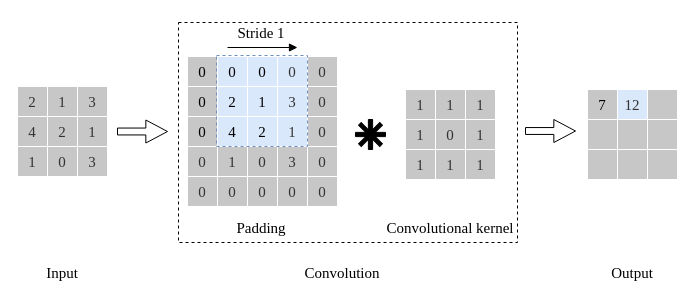
The draw.io diagram machine-learning/convolution.drawio in zhaicao/images, before the edit. Source tidied: cells renumbered, new cells numbered last; positions are measured from the earlier drawing's top-left corner, leaving out a move shared by most shapes. Both pictures are drawn from the tidied source at 100%, with x=0, y=0 at pixel (17, 17).
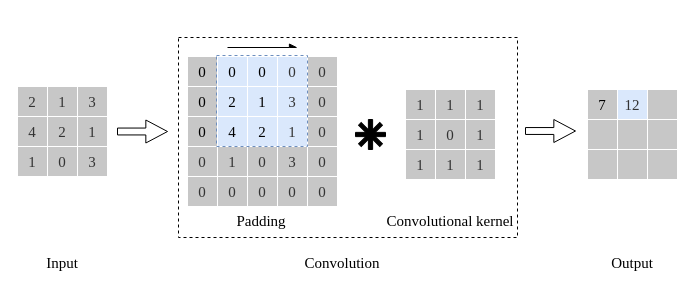
The same diagram, later.

What changed in the source:
```diff
@@
     <mxCell id="2" style="rounded=0;whiteSpace=wrap;html=1;dashed=1;fillColor=none;fontSize=15;fontFamily=Times New Roman;" parent="1" vertex="1">
-      <mxGeometry x="161" y="5" width="339" height="220" as="geometry" />
+      <mxGeometry x="161" y="20" width="339" height="200" as="geometry" />
     </mxCell>
@@
-    <mxCell id="60" style="endArrow=block;html=1;rounded=0;endFill=1;fontSize=15;fontFamily=Times New Roman;" parent="1" edge="1">
+    <mxCell id="60" style="endArrow=async;html=1;rounded=0;endFill=1;fontSize=15;fontFamily=Times New Roman;" parent="1" edge="1">
       <mxGeometry relative="1" as="geometry">
         <mxPoint x="210" y="30" as="sourcePoint" />
         <mxPoint x="280" y="30" as="targetPoint" />
       </mxGeometry>
     </mxCell>
-    <mxCell id="61" value="Stride 1" style="text;html=1;align=center;verticalAlign=middle;whiteSpace=wrap;rounded=0;fontSize=15;fontFamily=Times New Roman;" parent="1" vertex="1">
-      <mxGeometry x="214" width="60" height="30" as="geometry" />
-    </mxCell>
@@
     <mxCell id="63" value="Input" style="text;html=1;align=center;verticalAlign=middle;whiteSpace=wrap;rounded=0;fontSize=15;fontFamily=Times New Roman;" parent="1" vertex="1">
-      <mxGeometry x="15" y="240" width="60" height="30" as="geometry" />
+      <mxGeometry x="15" y="230" width="60" height="30" as="geometry" />
     </mxCell>
     <mxCell id="64" value="Output" style="text;html=1;align=center;verticalAlign=middle;whiteSpace=wrap;rounded=0;fontSize=15;fontFamily=Times New Roman;" parent="1" vertex="1">
-      <mxGeometry x="585" y="240" width="60" height="30" as="geometry" />
+      <mxGeometry x="585" y="230" width="60" height="30" as="geometry" />
     </mxCell>
     <mxCell id="65" value="Convolution" style="text;html=1;align=center;verticalAlign=middle;whiteSpace=wrap;rounded=0;fontSize=15;fontFamily=Times New Roman;" parent="1" vertex="1">
-      <mxGeometry x="260" y="240" width="130" height="30" as="geometry" />
+      <mxGeometry x="260" y="230" width="130" height="30" as="geometry" />
     </mxCell>
     <mxCell id="66" value="Convolutional kernel" style="text;html=1;align=center;verticalAlign=middle;whiteSpace=wrap;rounded=0;fontSize=15;fontFamily=Times New Roman;" parent="1" vertex="1">
-      <mxGeometry x="365.2" y="195" width="135.5" height="30" as="geometry" />
+      <mxGeometry x="365.2" y="188" width="135.5" height="30" as="geometry" />
     </mxCell>
     <mxCell id="67" value="Padding" style="text;html=1;align=center;verticalAlign=middle;whiteSpace=wrap;rounded=0;fontSize=15;fontFamily=Times New Roman;" parent="1" vertex="1">
-      <mxGeometry x="214" y="195" width="60" height="30" as="geometry" />
+      <mxGeometry x="214" y="188" width="60" height="30" as="geometry" />
     </mxCell>
```
